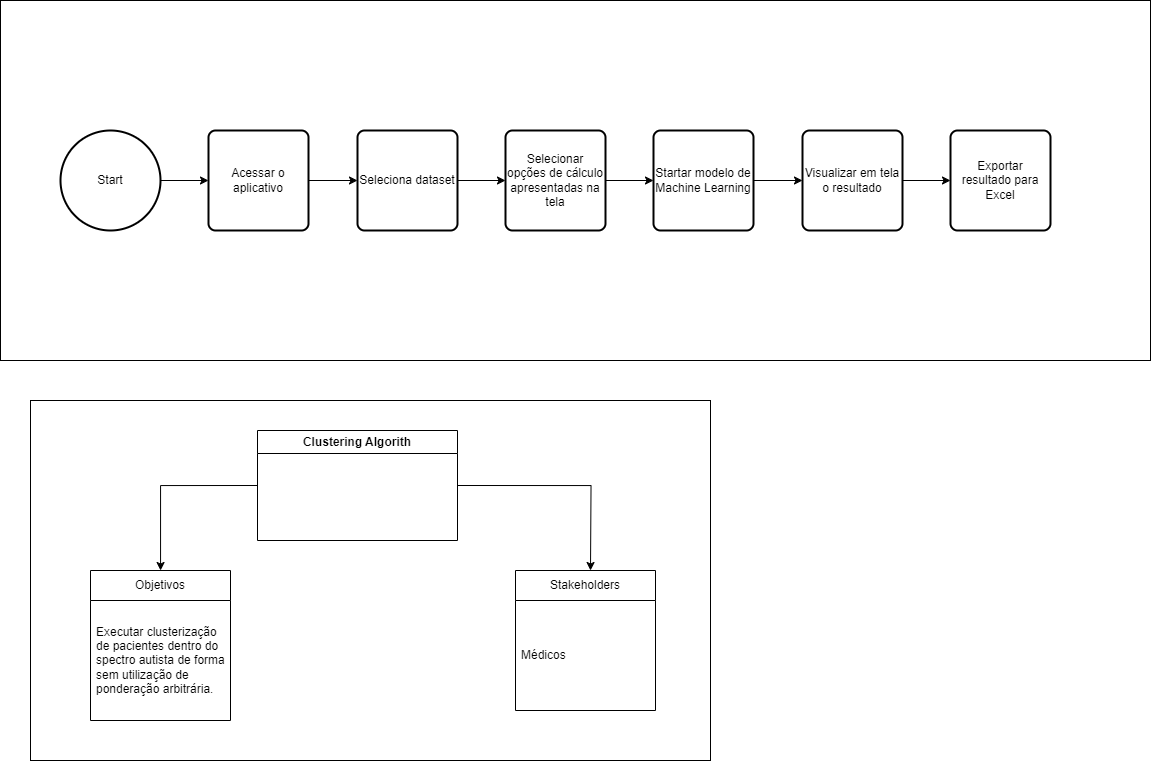
israeljmcarvalho/portfolioicarvalho_antigo keeps this draw.io diagram as Contexto.png. Above is the earlier version. Source tidied: cells renumbered, new cells last; positions are measured from the earlier drawing's top-left corner, leaving out a move shared by most shapes.
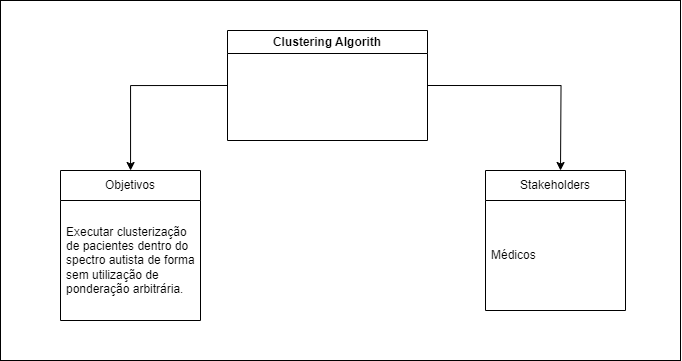
Above is the later version.

Change to the diagram source:
```diff
@@ -5,56 +5,14 @@
     <mxCell id="2" style="rounded=0;whiteSpace=wrap;html=1;" parent="1" vertex="1">
       <mxGeometry x="30" y="400" width="680" height="360" as="geometry" />
     </mxCell>
-    <mxCell id="3" style="rounded=0;whiteSpace=wrap;html=1;" parent="1" vertex="1">
-      <mxGeometry width="1150" height="360" as="geometry" />
-    </mxCell>
-    <mxCell id="4" style="edgeStyle=orthogonalEdgeStyle;rounded=0;jettySize=auto;html=1;" parent="1" edge="1" source="5" target="7">
-      <mxGeometry relative="1" as="geometry" />
-    </mxCell>
-    <mxCell id="5" value="Start" style="strokeWidth=2;html=1;shape=mxgraph.flowchart.start_2;whiteSpace=wrap;" parent="1" vertex="1">
-      <mxGeometry x="60" y="130" width="100" height="100" as="geometry" />
-    </mxCell>
-    <mxCell id="6" style="edgeStyle=orthogonalEdgeStyle;rounded=0;jettySize=auto;html=1;" parent="1" edge="1" source="7" target="9">
-      <mxGeometry relative="1" as="geometry" />
-    </mxCell>
-    <mxCell id="7" value="Acessar o aplicativo" style="rounded=1;whiteSpace=wrap;html=1;absoluteArcSize=1;arcSize=14;strokeWidth=2;" parent="1" vertex="1">
-      <mxGeometry x="208" y="130" width="100" height="100" as="geometry" />
-    </mxCell>
-    <mxCell id="8" style="edgeStyle=orthogonalEdgeStyle;rounded=0;jettySize=auto;html=1;" parent="1" edge="1" source="9" target="11">
-      <mxGeometry relative="1" as="geometry" />
-    </mxCell>
-    <mxCell id="9" value="Seleciona dataset" style="rounded=1;whiteSpace=wrap;html=1;absoluteArcSize=1;arcSize=14;strokeWidth=2;" parent="1" vertex="1">
-      <mxGeometry x="357" y="130" width="100" height="100" as="geometry" />
-    </mxCell>
-    <mxCell id="10" style="edgeStyle=orthogonalEdgeStyle;rounded=0;jettySize=auto;html=1;" parent="1" edge="1" source="11" target="13">
-      <mxGeometry relative="1" as="geometry" />
-    </mxCell>
-    <mxCell id="11" value="Selecionar opções de cálculo apresentadas na tela" style="rounded=1;whiteSpace=wrap;html=1;absoluteArcSize=1;arcSize=14;strokeWidth=2;" parent="1" vertex="1">
-      <mxGeometry x="505" y="130" width="100" height="100" as="geometry" />
-    </mxCell>
-    <mxCell id="12" style="edgeStyle=orthogonalEdgeStyle;rounded=0;jettySize=auto;html=1;" parent="1" edge="1" source="13" target="15">
-      <mxGeometry relative="1" as="geometry" />
-    </mxCell>
-    <mxCell id="13" value="Startar modelo de Machine Learning" style="rounded=1;whiteSpace=wrap;html=1;absoluteArcSize=1;arcSize=14;strokeWidth=2;" parent="1" vertex="1">
-      <mxGeometry x="653" y="130" width="100" height="100" as="geometry" />
-    </mxCell>
-    <mxCell id="14" style="edgeStyle=orthogonalEdgeStyle;rounded=0;jettySize=auto;html=1;" parent="1" edge="1" source="15" target="16">
-      <mxGeometry relative="1" as="geometry" />
-    </mxCell>
-    <mxCell id="15" value="Visualizar em tela o resultado" style="rounded=1;whiteSpace=wrap;html=1;absoluteArcSize=1;arcSize=14;strokeWidth=2;" parent="1" vertex="1">
-      <mxGeometry x="802" y="130" width="100" height="100" as="geometry" />
-    </mxCell>
-    <mxCell id="16" value="Exportar resultado para Excel" style="rounded=1;whiteSpace=wrap;html=1;absoluteArcSize=1;arcSize=14;strokeWidth=2;" parent="1" vertex="1">
-      <mxGeometry x="950" y="130" width="100" height="100" as="geometry" />
-    </mxCell>
     <mxCell id="17" style="edgeStyle=orthogonalEdgeStyle;rounded=0;jettySize=auto;html=1;exitX=0;exitY=0.5;exitDx=0;exitDy=0;" parent="1" edge="1" source="19" target="20">
       <mxGeometry relative="1" as="geometry" />
     </mxCell>
-    <mxCell id="18" style="edgeStyle=orthogonalEdgeStyle;rounded=0;jettySize=auto;html=1;exitX=1;exitY=0.5;exitDx=0;exitDy=0;" parent="1" edge="1" source="19">
-      <mxGeometry relative="1" as="geometry">
-        <mxPoint x="590" y="570" as="targetPoint" />
-      </mxGeometry>
-    </mxCell>
+    <mxCell id="24" style="edgeStyle=orthogonalEdgeStyle;rounded=0;jettySize=auto;html=1;exitX=1;exitY=0.5;exitDx=0;exitDy=0;" parent="1" edge="1" source="19">
+      <mxGeometry relative="1" as="geometry">
+        <mxPoint x="590" y="570" as="targetPoint" />
+      </mxGeometry>
+    </mxCell>
     <mxCell id="19" value="Clustering Algorith" style="swimlane;whiteSpace=wrap;html=1;" parent="1" vertex="1">
       <mxGeometry x="257" y="430" width="200" height="110" as="geometry" />
     </mxCell>
```
